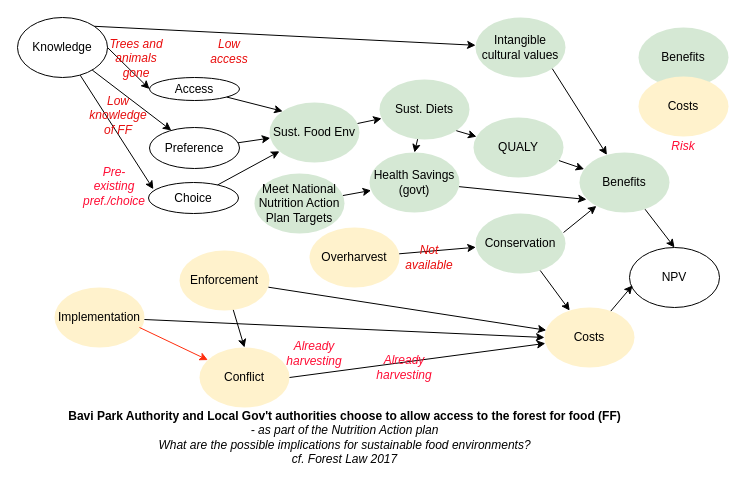
Earlier version of the draw.io diagram Untitled Diagram.drawio (CWWhitney/bavi-forest-access). Source tidied: cells renumbered, new cells numbered last; positions are measured from the earlier drawing's top-left corner, leaving out a move shared by most shapes. Both pictures are drawn from the tidied source at 100%, with x=0, y=0 at pixel (17, 17).
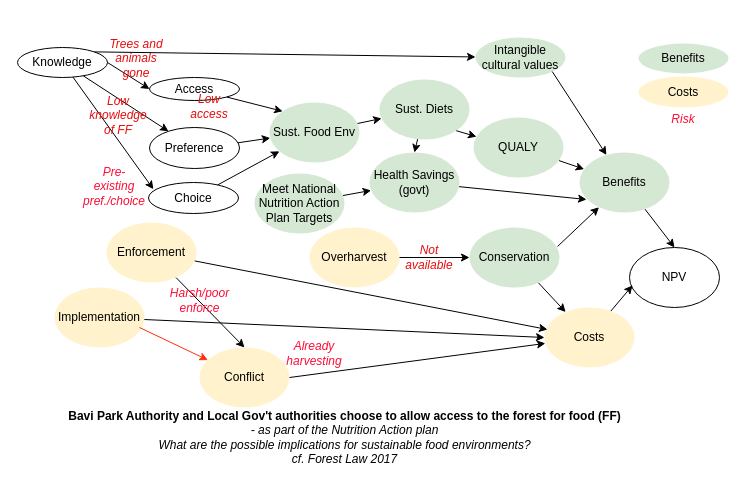
The same page after the edit.

Unchanged cells that the change refers to:
```xml
<mxCell id="16" value="Costs" style="ellipse;whiteSpace=wrap;html=1;fillColor=#fff2cc;strokeColor=none;" parent="1" vertex="1">
  <mxGeometry x="527" y="290" width="90" height="60" as="geometry" />
</mxCell>
```

The edit, as a diff of the source:
```diff
@@
     <mxCell id="2" value="Conservation" style="ellipse;whiteSpace=wrap;html=1;fillColor=#d5e8d4;strokeColor=none;" parent="1" vertex="1">
-      <mxGeometry x="458" y="196" width="90" height="60" as="geometry" />
+      <mxGeometry x="452" y="210" width="90" height="60" as="geometry" />
     </mxCell>
@@
     <mxCell id="14" value="Knowledge" style="ellipse;whiteSpace=wrap;html=1;" parent="1" vertex="1">
-      <mxGeometry width="90" height="60" as="geometry" />
+      <mxGeometry y="30" width="90" height="30" as="geometry" />
     </mxCell>
@@
     <mxCell id="32" value="Low access" style="text;html=1;align=center;verticalAlign=middle;whiteSpace=wrap;rounded=0;fontFamily=Helvetica;fontSize=12;fontStyle=2;fontColor=#e90c0c;" parent="1" vertex="1">
-      <mxGeometry x="182" y="23" width="60" height="22" as="geometry" />
+      <mxGeometry x="162" y="78" width="60" height="22" as="geometry" />
     </mxCell>
@@
     <mxCell id="34" value="Intangible cultural values" style="ellipse;whiteSpace=wrap;html=1;fillColor=#d5e8d4;strokeColor=none;" parent="1" vertex="1">
-      <mxGeometry x="458" width="90" height="60" as="geometry" />
+      <mxGeometry x="458" y="20" width="90" height="40" as="geometry" />
     </mxCell>
@@
     <mxCell id="40" value="Enforcement" style="ellipse;whiteSpace=wrap;html=1;fillColor=#fff2cc;strokeColor=none;" parent="1" vertex="1">
-      <mxGeometry x="162" y="233" width="90" height="60" as="geometry" />
+      <mxGeometry x="89" y="205" width="90" height="60" as="geometry" />
     </mxCell>
-    <mxCell id="41" style="rounded=0;jettySize=auto;html=1;entryX=0.02;entryY=0.379;entryDx=0;entryDy=0;entryPerimeter=0;" parent="1" edge="1" source="40" target="16">
+    <mxCell id="41" style="rounded=0;jettySize=auto;html=1;entryX=0.033;entryY=0.367;entryDx=0;entryDy=0;entryPerimeter=0;" parent="1" edge="1" source="40" target="16">
       <mxGeometry relative="1" as="geometry" />
     </mxCell>
@@
     <mxCell id="49" value="Benefits" style="ellipse;whiteSpace=wrap;html=1;fillColor=#d5e8d4;strokeColor=none;" parent="1" vertex="1">
-      <mxGeometry x="621" y="10" width="90" height="60" as="geometry" />
+      <mxGeometry x="621" y="26" width="90" height="30" as="geometry" />
     </mxCell>
     <mxCell id="50" value="Costs" style="ellipse;whiteSpace=wrap;html=1;fillColor=#fff2cc;strokeColor=none;" parent="1" vertex="1">
-      <mxGeometry x="621" y="59" width="90" height="60" as="geometry" />
+      <mxGeometry x="621" y="59" width="90" height="31" as="geometry" />
     </mxCell>
     <mxCell id="51" value="Risk" style="text;html=1;align=center;verticalAlign=middle;whiteSpace=wrap;rounded=0;fontColor=#FF0D35;fontStyle=2;" parent="1" vertex="1">
-      <mxGeometry x="636" y="109" width="60" height="40" as="geometry" />
+      <mxGeometry x="636" y="82" width="60" height="40" as="geometry" />
     </mxCell>
-    <mxCell id="52" value="Already harvesting" style="text;html=1;align=center;verticalAlign=middle;whiteSpace=wrap;rounded=0;fontColor=#FF0D35;fontStyle=2;" parent="1" vertex="1">
-      <mxGeometry x="357" y="330" width="60" height="40" as="geometry" />
+    <mxCell id="52" value="Harsh/poor&lt;div&gt;enforce&lt;/div&gt;" style="text;html=1;align=center;verticalAlign=middle;whiteSpace=wrap;rounded=0;fontColor=#FF0D35;fontStyle=2;" parent="1" vertex="1">
+      <mxGeometry x="126.5" y="263" width="111" height="40" as="geometry" />
     </mxCell>
```
